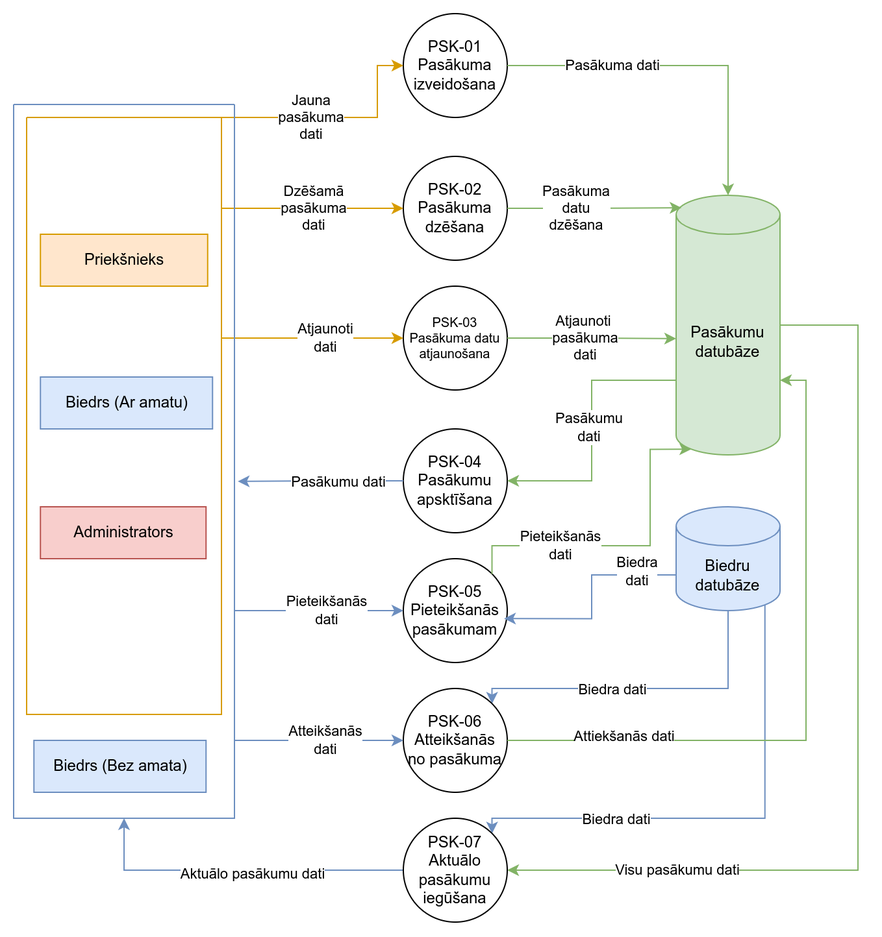
The draw.io diagram Documentation/2_limena_PSK_DPD.png in JekabsVanags/LSGCO_IS, before a commit. Source tidied: cells renumbered, new cells last; positions are measured from the earlier drawing's top-left corner, leaving out a move shared by most shapes.
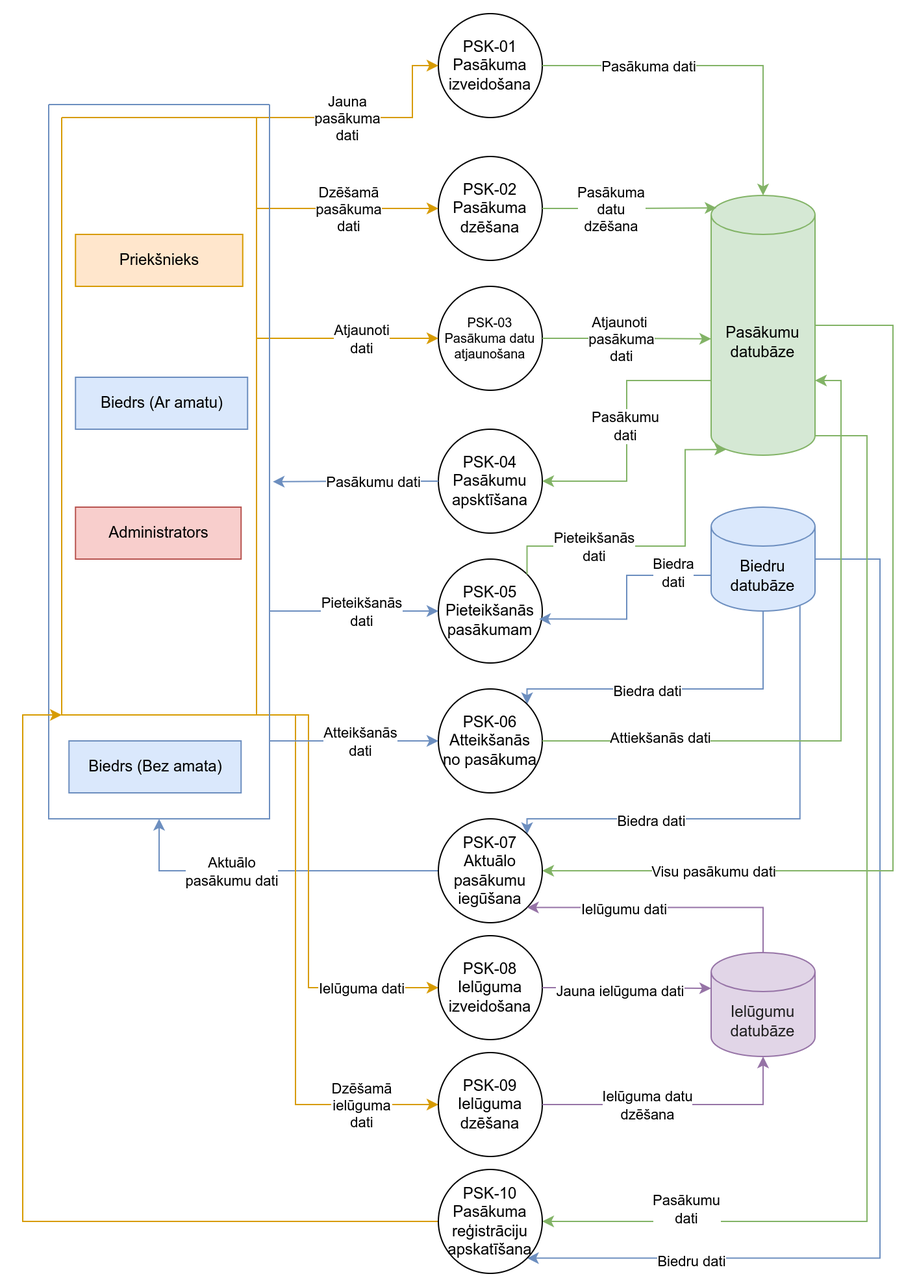
The same file after the commit.

What changed in the source:
```diff
@@ -39,6 +39,17 @@
     <mxCell id="10" value="Biedra dati" style="edgeLabel;html=1;align=center;verticalAlign=middle;" parent="9" vertex="1">
       <mxGeometry x="0.45" y="1" relative="1" as="geometry" />
     </mxCell>
+    <mxCell id="51" style="edgeStyle=orthogonalEdgeStyle;rounded=0;jettySize=auto;html=1;exitX=1;exitY=0.5;exitDx=0;exitDy=0;exitPerimeter=0;entryX=1;entryY=1;entryDx=0;entryDy=0;fillColor=#dae8fc;strokeColor=#6c8ebf;" parent="1" edge="1" source="11" target="69">
+      <mxGeometry relative="1" as="geometry">
+        <Array as="points">
+          <mxPoint x="640" y="420" />
+          <mxPoint x="640" y="958" />
+        </Array>
+      </mxGeometry>
+    </mxCell>
+    <mxCell id="52" value="Biedru dati" style="edgeLabel;html=1;align=center;verticalAlign=middle;" parent="51" vertex="1">
+      <mxGeometry x="0.71" y="2" relative="1" as="geometry" />
+    </mxCell>
     <mxCell id="11" value="Biedru datubāze" style="shape=cylinder3;whiteSpace=wrap;html=1;boundedLbl=1;backgroundOutline=1;size=15;fillColor=#dae8fc;strokeColor=#6c8ebf;fontColor=#000000;" parent="1" vertex="1">
       <mxGeometry x="510" y="380" width="80" height="80" as="geometry" />
     </mxCell>
@@ -61,6 +72,19 @@
         <mxPoint x="53" as="offset" />
       </mxGeometry>
     </mxCell>
+    <mxCell id="53" style="edgeStyle=orthogonalEdgeStyle;rounded=0;jettySize=auto;html=1;exitX=1;exitY=1;exitDx=0;exitDy=-15;exitPerimeter=0;entryX=1;entryY=0.5;entryDx=0;entryDy=0;fillColor=#d5e8d4;strokeColor=#82b366;" parent="1" edge="1" source="16" target="69">
+      <mxGeometry relative="1" as="geometry">
+        <Array as="points">
+          <mxPoint x="630" y="325" />
+          <mxPoint x="630" y="930" />
+        </Array>
+      </mxGeometry>
+    </mxCell>
+    <mxCell id="54" value="Pasākumu &lt;br&gt;dati" style="edgeLabel;html=1;align=center;verticalAlign=middle;" parent="53" vertex="1">
+      <mxGeometry x="0.11" relative="1" as="geometry">
+        <mxPoint x="-140" y="140" as="offset" />
+      </mxGeometry>
+    </mxCell>
     <mxCell id="16" value="Pasākumu&lt;br&gt;datubāze" style="shape=cylinder3;whiteSpace=wrap;html=1;boundedLbl=1;backgroundOutline=1;size=15;fillColor=#d5e8d4;strokeColor=#82b366;fontColor=#000000;" parent="1" vertex="1">
       <mxGeometry x="510" y="140" width="80" height="200" as="geometry" />
     </mxCell>
@@ -70,8 +94,10 @@
     <mxCell id="18" style="edgeStyle=orthogonalEdgeStyle;rounded=0;jettySize=auto;html=1;exitX=0;exitY=0.5;exitDx=0;exitDy=0;entryX=0.5;entryY=1;entryDx=0;entryDy=0;fillColor=#dae8fc;strokeColor=#6c8ebf;" parent="1" edge="1" source="20" target="32">
       <mxGeometry relative="1" as="geometry" />
     </mxCell>
-    <mxCell id="19" value="Aktuālo pasākumu dati" style="edgeLabel;html=1;align=center;verticalAlign=middle;" parent="18" vertex="1">
-      <mxGeometry x="-0.09" y="3" relative="1" as="geometry" />
+    <mxCell id="19" value="Aktuālo &lt;br&gt;pasākumu dati" style="edgeLabel;html=1;align=center;verticalAlign=middle;" parent="18" vertex="1">
+      <mxGeometry x="-0.09" y="3" relative="1" as="geometry">
+        <mxPoint x="-44" y="-3" as="offset" />
+      </mxGeometry>
     </mxCell>
     <mxCell id="20" value="PSK-07&lt;br&gt;Aktuālo pasākumu iegūšana" style="ellipse;whiteSpace=wrap;html=1;" parent="1" vertex="1">
       <mxGeometry x="300" y="620" width="80" height="80" as="geometry" />
@@ -114,6 +140,32 @@
         <mxPoint x="19" y="2" as="offset" />
       </mxGeometry>
     </mxCell>
+    <mxCell id="55" style="edgeStyle=orthogonalEdgeStyle;rounded=0;jettySize=auto;html=1;exitX=1;exitY=1;exitDx=0;exitDy=0;entryX=0;entryY=0.5;entryDx=0;entryDy=0;fillColor=#ffe6cc;strokeColor=#d79b00;" parent="1" edge="1" source="27" target="59">
+      <mxGeometry relative="1" as="geometry">
+        <Array as="points">
+          <mxPoint x="200" y="540" />
+          <mxPoint x="200" y="750" />
+        </Array>
+      </mxGeometry>
+    </mxCell>
+    <mxCell id="56" value="Ielūguma dati" style="edgeLabel;html=1;align=center;verticalAlign=middle;" parent="55" vertex="1">
+      <mxGeometry x="0.53" y="-3" relative="1" as="geometry">
+        <mxPoint x="22" y="-3" as="offset" />
+      </mxGeometry>
+    </mxCell>
+    <mxCell id="57" style="edgeStyle=orthogonalEdgeStyle;rounded=0;jettySize=auto;html=1;exitX=1;exitY=1;exitDx=0;exitDy=0;entryX=0;entryY=0.5;entryDx=0;entryDy=0;fillColor=#ffe6cc;strokeColor=#d79b00;" parent="1" edge="1" source="27" target="60">
+      <mxGeometry relative="1" as="geometry">
+        <Array as="points">
+          <mxPoint x="190" y="540" />
+          <mxPoint x="190" y="840" />
+        </Array>
+      </mxGeometry>
+    </mxCell>
+    <mxCell id="58" value="Dzēšamā&lt;br&gt;ielūguma&lt;br&gt;dati" style="edgeLabel;html=1;align=center;verticalAlign=middle;" parent="57" vertex="1">
+      <mxGeometry x="0.61" relative="1" as="geometry">
+        <mxPoint x="25" as="offset" />
+      </mxGeometry>
+    </mxCell>
     <mxCell id="27" style="swimlane;startSize=0;fillColor=#ffe6cc;strokeColor=#d79b00;" parent="1" vertex="1">
       <mxGeometry x="10" y="80" width="150" height="460" as="geometry" />
     </mxCell>
@@ -214,5 +266,49 @@
     <mxCell id="50" value="Attiekšanās dati" style="edgeLabel;html=1;align=center;verticalAlign=middle;" parent="49" vertex="1">
       <mxGeometry x="-0.66" y="3" relative="1" as="geometry" />
     </mxCell>
+    <mxCell id="59" value="PSK-08&lt;br&gt;Ielūguma izveidošana" style="ellipse;whiteSpace=wrap;html=1;" parent="1" vertex="1">
+      <mxGeometry x="300" y="710" width="80" height="80" as="geometry" />
+    </mxCell>
+    <mxCell id="60" value="PSK-09&lt;br&gt;Ielūguma dzēšana" style="ellipse;whiteSpace=wrap;html=1;" parent="1" vertex="1">
+      <mxGeometry x="300" y="800" width="80" height="80" as="geometry" />
+    </mxCell>
+    <mxCell id="61" style="edgeStyle=orthogonalEdgeStyle;rounded=0;jettySize=auto;html=1;exitX=0.5;exitY=0;exitDx=0;exitDy=0;exitPerimeter=0;entryX=1;entryY=1;entryDx=0;entryDy=0;fillColor=#e1d5e7;strokeColor=#9673a6;" parent="1" edge="1" source="63" target="20">
+      <mxGeometry relative="1" as="geometry">
+        <Array as="points">
+          <mxPoint x="550" y="688" />
+        </Array>
+      </mxGeometry>
+    </mxCell>
+    <mxCell id="62" value="Ielūgumu dati" style="edgeLabel;html=1;align=center;verticalAlign=middle;" parent="61" vertex="1">
+      <mxGeometry x="0.31" y="1" relative="1" as="geometry" />
+    </mxCell>
+    <mxCell id="63" value="Ielūgumu datubāze" style="shape=cylinder3;whiteSpace=wrap;html=1;boundedLbl=1;backgroundOutline=1;size=15;fillColor=#e1d5e7;strokeColor=#9673a6;fontColor=#1F1F1F;" parent="1" vertex="1">
+      <mxGeometry x="510" y="723" width="80" height="80" as="geometry" />
+    </mxCell>
+    <mxCell id="64" style="edgeStyle=orthogonalEdgeStyle;rounded=0;jettySize=auto;html=1;exitX=1;exitY=0.5;exitDx=0;exitDy=0;entryX=0;entryY=0;entryDx=0;entryDy=27.5;entryPerimeter=0;fillColor=#e1d5e7;strokeColor=#9673a6;" parent="1" edge="1" source="59" target="63">
+      <mxGeometry relative="1" as="geometry" />
+    </mxCell>
+    <mxCell id="65" value="Jauna ielūguma dati" style="edgeLabel;html=1;align=center;verticalAlign=middle;" parent="64" vertex="1">
+      <mxGeometry x="-0.1" y="-2" relative="1" as="geometry" />
+    </mxCell>
+    <mxCell id="66" style="edgeStyle=orthogonalEdgeStyle;rounded=0;jettySize=auto;html=1;exitX=1;exitY=0.5;exitDx=0;exitDy=0;entryX=0.5;entryY=1;entryDx=0;entryDy=0;entryPerimeter=0;fillColor=#e1d5e7;strokeColor=#9673a6;" parent="1" edge="1" source="60" target="63">
+      <mxGeometry relative="1" as="geometry" />
+    </mxCell>
+    <mxCell id="67" value="Ielūguma datu &lt;br&gt;dzēšana" style="edgeLabel;html=1;align=center;verticalAlign=middle;" parent="66" vertex="1">
+      <mxGeometry x="-0.4" y="-1" relative="1" as="geometry">
+        <mxPoint x="18" y="-1" as="offset" />
+      </mxGeometry>
+    </mxCell>
+    <mxCell id="68" style="edgeStyle=orthogonalEdgeStyle;rounded=0;jettySize=auto;html=1;exitX=0;exitY=0.5;exitDx=0;exitDy=0;entryX=0;entryY=1;entryDx=0;entryDy=0;fillColor=#ffe6cc;strokeColor=#d79b00;" parent="1" edge="1" source="69" target="27">
+      <mxGeometry relative="1" as="geometry">
+        <Array as="points">
+          <mxPoint x="-20" y="930" />
+          <mxPoint x="-20" y="540" />
+        </Array>
+      </mxGeometry>
+    </mxCell>
+    <mxCell id="69" value="PSK-10&lt;br&gt;Pasākuma reģistrāciju apskatīšana" style="ellipse;whiteSpace=wrap;html=1;" parent="1" vertex="1">
+      <mxGeometry x="300" y="890" width="80" height="80" as="geometry" />
+    </mxCell>
   </root>
 </mxGraphModel>
```
